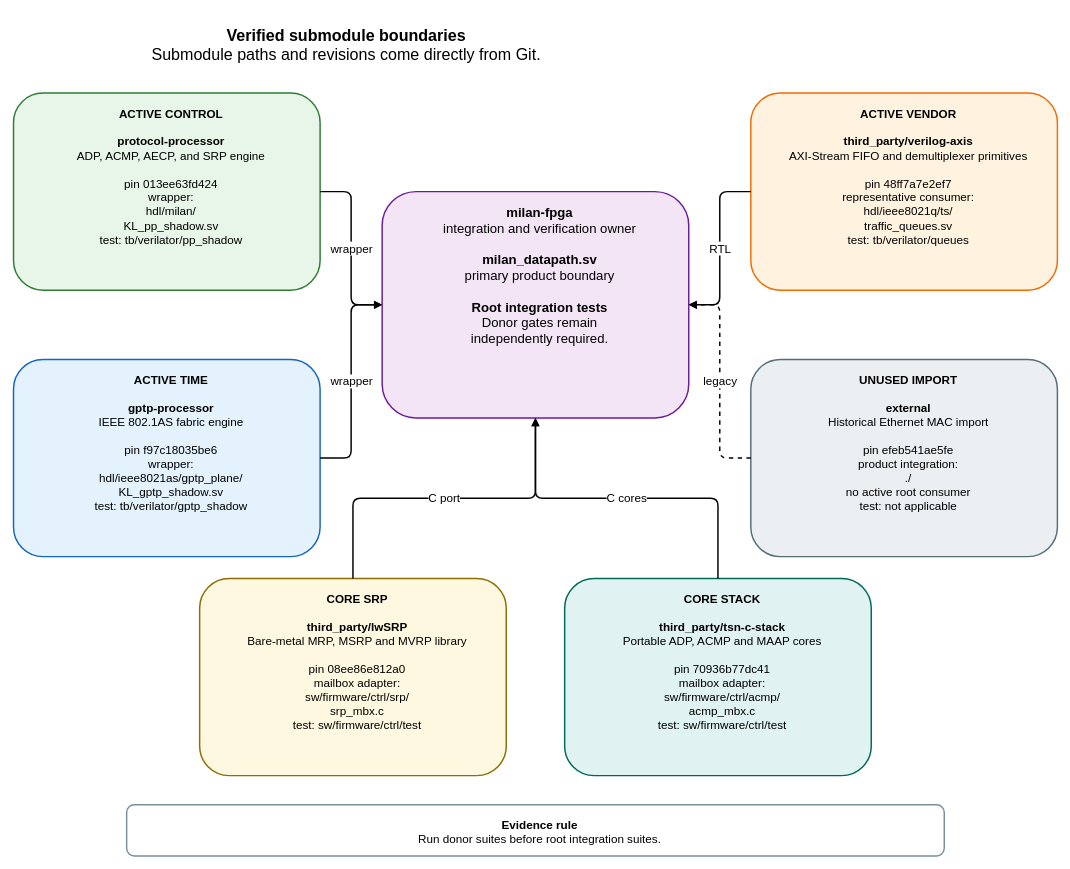
kebag-logic/milan-fpga keeps this draw.io diagram as docs/diagrams/submodule_boundaries.drawio. Above is the earlier version. Source tidied: cells renumbered, new cells numbered last; positions are measured from the earlier drawing's top-left corner, leaving out a move shared by most shapes. Both pictures are drawn from the tidied source at 73%, with x=0, y=0 at pixel (13, 12).
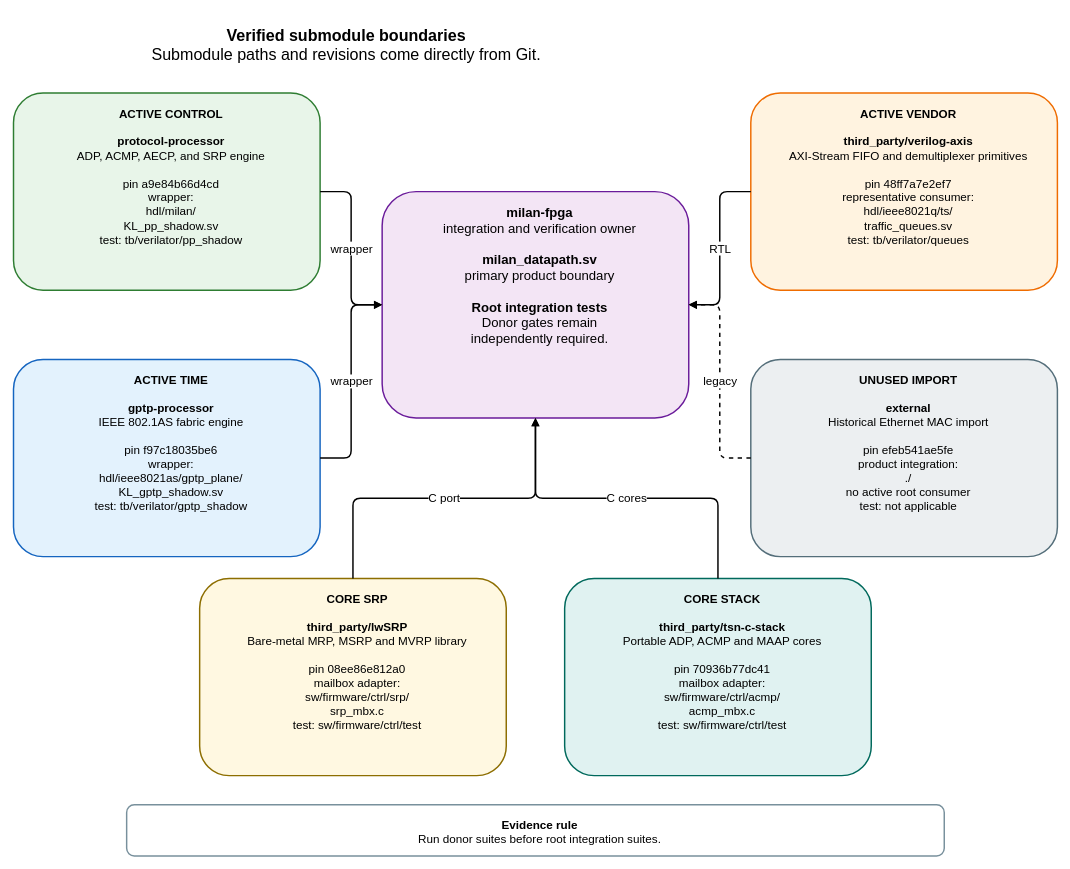
The same diagram, later.

Change to the diagram source:
```diff
@@
 <mxGraphModel>
   <root>
     <mxCell id="0" />
     <mxCell id="1" parent="0" />
     <mxCell id="2" value="&lt;b&gt;Verified submodule boundaries&lt;/b&gt;&lt;br&gt;Submodule paths and revisions come directly from Git." style="rounded=1;whiteSpace=wrap;html=1;verticalAlign=top;spacingTop=12;spacingLeft=12;fontSize=22;fontFamily=Helvetica;fillColor=none;strokeColor=none;strokeWidth=2;" parent="1" vertex="1">
       <mxGeometry width="900" height="65" as="geometry" />
     </mxCell>
     <mxCell id="3" value="&lt;b&gt;milan-fpga&lt;/b&gt;&lt;br&gt;integration and verification owner&lt;br&gt;&lt;br&gt;&lt;b&gt;milan_datapath.sv&lt;/b&gt;&lt;br&gt;primary product boundary&lt;br&gt;&lt;br&gt;&lt;b&gt;Root integration tests&lt;/b&gt;&lt;br&gt;Donor gates remain&lt;br&gt;independently required." style="rounded=1;whiteSpace=wrap;html=1;verticalAlign=top;spacingTop=12;spacingLeft=12;fontSize=18;fontFamily=Helvetica;fillColor=#F3E5F5;strokeColor=#6A1B9A;strokeWidth=2;" parent="1" vertex="1">
       <mxGeometry x="505" y="245" width="420" height="310" as="geometry" />
     </mxCell>
-    <mxCell id="4" value="&lt;b&gt;ACTIVE CONTROL&lt;/b&gt;&lt;br&gt;&lt;br&gt;&lt;b&gt;protocol-processor&lt;/b&gt;&lt;br&gt;ADP, ACMP, AECP, and SRP engine&lt;br&gt;&lt;br&gt;pin 013ee63fd424&lt;br&gt;wrapper:&lt;br&gt;hdl/milan/&lt;br&gt;KL_pp_shadow.sv&lt;br&gt;test: tb/verilator/pp_shadow" style="rounded=1;whiteSpace=wrap;html=1;verticalAlign=top;spacingTop=12;spacingLeft=12;fontSize=16;fontFamily=Helvetica;fillColor=#E8F5E9;strokeColor=#2E7D32;strokeWidth=2;" parent="1" vertex="1">
+    <mxCell id="4" value="&lt;b&gt;ACTIVE CONTROL&lt;/b&gt;&lt;br&gt;&lt;br&gt;&lt;b&gt;protocol-processor&lt;/b&gt;&lt;br&gt;ADP, ACMP, AECP, and SRP engine&lt;br&gt;&lt;br&gt;pin a9e84b66d4cd&lt;br&gt;wrapper:&lt;br&gt;hdl/milan/&lt;br&gt;KL_pp_shadow.sv&lt;br&gt;test: tb/verilator/pp_shadow" style="rounded=1;whiteSpace=wrap;html=1;verticalAlign=top;spacingTop=12;spacingLeft=12;fontSize=16;fontFamily=Helvetica;fillColor=#E8F5E9;strokeColor=#2E7D32;strokeWidth=2;" parent="1" vertex="1">
       <mxGeometry y="110" width="420" height="270" as="geometry" />
     </mxCell>
     <mxCell id="5" value="&lt;b&gt;ACTIVE TIME&lt;/b&gt;&lt;br&gt;&lt;br&gt;&lt;b&gt;gptp-processor&lt;/b&gt;&lt;br&gt;IEEE 802.1AS fabric engine&lt;br&gt;&lt;br&gt;pin f97c18035be6&lt;br&gt;wrapper:&lt;br&gt;hdl/ieee8021as/gptp_plane/&lt;br&gt;KL_gptp_shadow.sv&lt;br&gt;test: tb/verilator/gptp_shadow" style="rounded=1;whiteSpace=wrap;html=1;verticalAlign=top;spacingTop=12;spacingLeft=12;fontSize=16;fontFamily=Helvetica;fillColor=#E3F2FD;strokeColor=#1565C0;strokeWidth=2;" parent="1" vertex="1">
       <mxGeometry y="475" width="420" height="270" as="geometry" />
     </mxCell>
     <mxCell id="6" value="&lt;b&gt;ACTIVE VENDOR&lt;/b&gt;&lt;br&gt;&lt;br&gt;&lt;b&gt;third_party/verilog-axis&lt;/b&gt;&lt;br&gt;AXI-Stream FIFO and demultiplexer primitives&lt;br&gt;&lt;br&gt;pin 48ff7a7e2ef7&lt;br&gt;representative consumer:&lt;br&gt;hdl/ieee8021q/ts/&lt;br&gt;traffic_queues.sv&lt;br&gt;test: tb/verilator/queues" style="rounded=1;whiteSpace=wrap;html=1;verticalAlign=top;spacingTop=12;spacingLeft=12;fontSize=16;fontFamily=Helvetica;fillColor=#FFF3E0;strokeColor=#EF6C00;strokeWidth=2;" parent="1" vertex="1">
       <mxGeometry x="1010" y="110" width="420" height="270" as="geometry" />
     </mxCell>
     <mxCell id="7" value="&lt;b&gt;UNUSED IMPORT&lt;/b&gt;&lt;br&gt;&lt;br&gt;&lt;b&gt;external&lt;/b&gt;&lt;br&gt;Historical Ethernet MAC import&lt;br&gt;&lt;br&gt;pin efeb541ae5fe&lt;br&gt;product integration:&lt;br&gt;./&lt;br&gt;no active root consumer&lt;br&gt;test: not applicable" style="rounded=1;whiteSpace=wrap;html=1;verticalAlign=top;spacingTop=12;spacingLeft=12;fontSize=16;fontFamily=Helvetica;fillColor=#ECEFF1;strokeColor=#546E7A;strokeWidth=2;" parent="1" vertex="1">
       <mxGeometry x="1010" y="475" width="420" height="270" as="geometry" />
     </mxCell>
     <mxCell id="8" value="&lt;b&gt;CORE SRP&lt;/b&gt;&lt;br&gt;&lt;br&gt;&lt;b&gt;third_party/lwSRP&lt;/b&gt;&lt;br&gt;Bare-metal MRP, MSRP and MVRP library&lt;br&gt;&lt;br&gt;pin 08ee86e812a0&lt;br&gt;mailbox adapter:&lt;br&gt;sw/firmware/ctrl/srp/&lt;br&gt;srp_mbx.c&lt;br&gt;test: sw/firmware/ctrl/test" style="rounded=1;whiteSpace=wrap;html=1;verticalAlign=top;spacingTop=12;spacingLeft=12;fontSize=16;fontFamily=Helvetica;fillColor=#FFF8E1;strokeColor=#8D6E00;strokeWidth=2;" parent="1" vertex="1">
       <mxGeometry x="255" y="775" width="420" height="270" as="geometry" />
     </mxCell>
     <mxCell id="9" value="&lt;b&gt;CORE STACK&lt;/b&gt;&lt;br&gt;&lt;br&gt;&lt;b&gt;third_party/tsn-c-stack&lt;/b&gt;&lt;br&gt;Portable ADP, ACMP and MAAP cores&lt;br&gt;&lt;br&gt;pin 70936b77dc41&lt;br&gt;mailbox adapter:&lt;br&gt;sw/firmware/ctrl/acmp/&lt;br&gt;acmp_mbx.c&lt;br&gt;test: sw/firmware/ctrl/test" style="rounded=1;whiteSpace=wrap;html=1;verticalAlign=top;spacingTop=12;spacingLeft=12;fontSize=16;fontFamily=Helvetica;fillColor=#E0F2F1;strokeColor=#00695C;strokeWidth=2;" parent="1" vertex="1">
       <mxGeometry x="755" y="775" width="420" height="270" as="geometry" />
     </mxCell>
     <mxCell id="10" value="wrapper" style="edgeStyle=orthogonalEdgeStyle;rounded=1;jettySize=auto;html=1;endArrow=block;endFill=1;strokeWidth=2;fontSize=16;fontFamily=Helvetica;labelBackgroundColor=#FFFFFF;" parent="1" edge="1" source="4" target="3">
       <mxGeometry relative="1" as="geometry" />
     </mxCell>
     <mxCell id="11" value="wrapper" style="edgeStyle=orthogonalEdgeStyle;rounded=1;jettySize=auto;html=1;endArrow=block;endFill=1;strokeWidth=2;fontSize=16;fontFamily=Helvetica;labelBackgroundColor=#FFFFFF;" parent="1" edge="1" source="5" target="3">
       <mxGeometry relative="1" as="geometry" />
     </mxCell>
     <mxCell id="12" value="RTL" style="edgeStyle=orthogonalEdgeStyle;rounded=1;jettySize=auto;html=1;endArrow=block;endFill=1;strokeWidth=2;fontSize=16;fontFamily=Helvetica;labelBackgroundColor=#FFFFFF;" parent="1" edge="1" source="6" target="3">
       <mxGeometry relative="1" as="geometry" />
     </mxCell>
     <mxCell id="13" value="legacy" style="edgeStyle=orthogonalEdgeStyle;rounded=1;jettySize=auto;html=1;endArrow=block;endFill=1;strokeWidth=2;fontSize=16;fontFamily=Helvetica;labelBackgroundColor=#FFFFFF;dashed=1;" parent="1" edge="1" source="7" target="3">
       <mxGeometry relative="1" as="geometry" />
     </mxCell>
     <mxCell id="14" value="C port" style="edgeStyle=orthogonalEdgeStyle;rounded=1;jettySize=auto;html=1;endArrow=block;endFill=1;strokeWidth=2;fontSize=16;fontFamily=Helvetica;labelBackgroundColor=#FFFFFF;" parent="1" edge="1" source="8" target="3">
       <mxGeometry relative="1" as="geometry" />
     </mxCell>
     <mxCell id="15" value="C cores" style="edgeStyle=orthogonalEdgeStyle;rounded=1;jettySize=auto;html=1;endArrow=block;endFill=1;strokeWidth=2;fontSize=16;fontFamily=Helvetica;labelBackgroundColor=#FFFFFF;" parent="1" edge="1" source="9" target="3">
       <mxGeometry relative="1" as="geometry" />
     </mxCell>
     <mxCell id="16" value="&lt;b&gt;Evidence rule&lt;/b&gt;&lt;br&gt;Run donor suites before root integration suites." style="rounded=1;whiteSpace=wrap;html=1;verticalAlign=top;spacingTop=12;spacingLeft=12;fontSize=16;fontFamily=Helvetica;fillColor=#FFFFFF;strokeColor=#78909C;strokeWidth=2;" parent="1" vertex="1">
       <mxGeometry x="155" y="1085" width="1120" height="70" as="geometry" />
     </mxCell>
   </root>
 </mxGraphModel>
```
